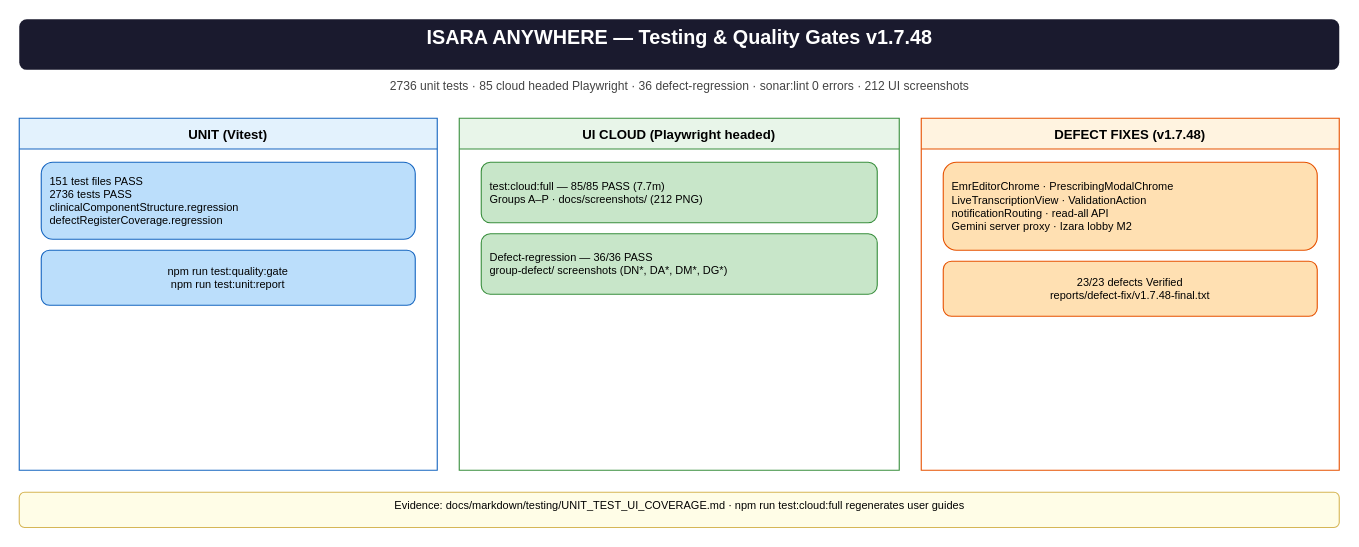
chiraleo2000/Isara-Anywhere keeps this draw.io diagram as page "13. Testing & Quality Gates (v1.7.48)" (13 of 13) of Documents/docs/diagrams/diagrams.drawio. Above is the earlier version. Source tidied: cells renumbered, new cells numbered last; positions are measured from the earlier drawing's top-left corner, leaving out a move shared by most shapes. Both pictures are drawn from the tidied source at 110%, with x=0, y=0 at pixel (19, 19).
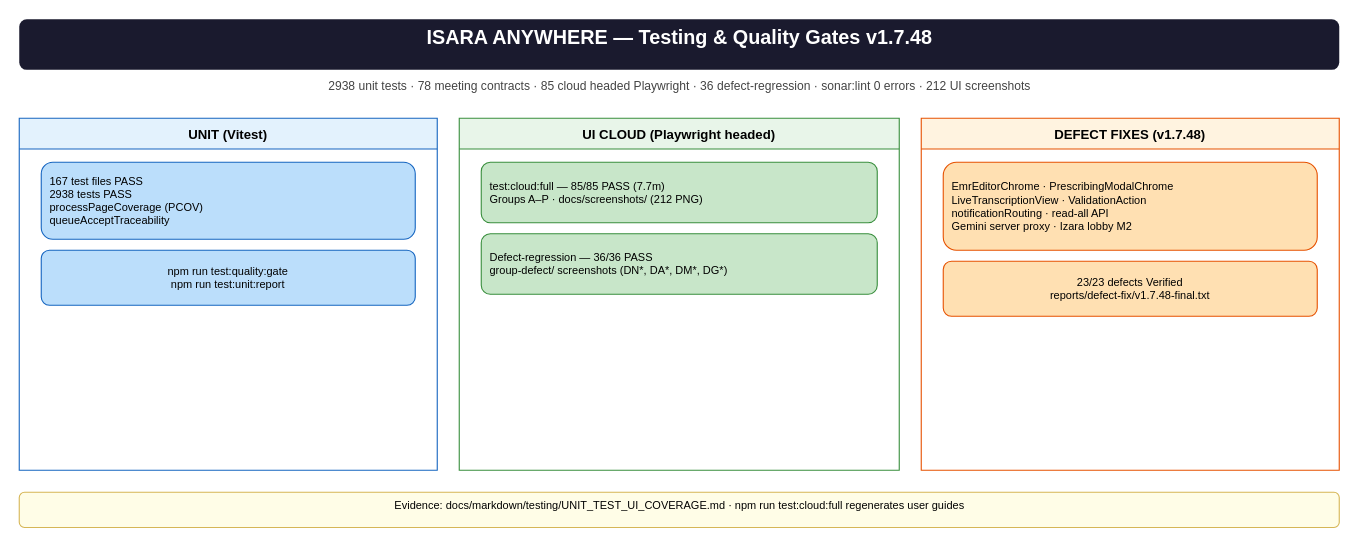
After the change.

Change to the diagram source:
```diff
@@
 <mxGraphModel>
   <root>
     <mxCell id="0" />
     <mxCell id="1" parent="0" />
     <mxCell id="2" value="ISARA ANYWHERE — Testing &amp; Quality Gates v1.7.48" style="text;html=1;fillColor=#1a1a2e;fontColor=#fff;fontSize=18;fontStyle=1;rounded=1;align=center;" parent="1" vertex="1">
       <mxGeometry width="1200" height="46" as="geometry" />
     </mxCell>
-    <mxCell id="3" value="2736 unit tests · 85 cloud headed Playwright · 36 defect-regression · sonar:lint 0 errors · 212 UI screenshots" style="text;html=1;fillColor=none;strokeColor=none;fontSize=11;align=center;fontColor=#444;" parent="1" vertex="1">
+    <mxCell id="3" value="2938 unit tests · 78 meeting contracts · 85 cloud headed Playwright · 36 defect-regression · sonar:lint 0 errors · 212 UI screenshots" style="text;html=1;fillColor=none;strokeColor=none;fontSize=11;align=center;fontColor=#444;" parent="1" vertex="1">
       <mxGeometry y="48" width="1200" height="22" as="geometry" />
     </mxCell>
     <mxCell id="4" value="UNIT (Vitest)" style="swimlane;startSize=28;fillColor=#e3f2fd;strokeColor=#1565c0;fontSize=12;fontStyle=1;" parent="1" vertex="1">
       <mxGeometry y="90" width="380" height="320" as="geometry" />
     </mxCell>
-    <mxCell id="5" value="151 test files PASS&#10;2736 tests PASS&#10;clinicalComponentStructure.regression&#10;defectRegisterCoverage.regression" style="rounded=1;fillColor=#bbdefb;strokeColor=#1565c0;fontSize=10;align=left;spacingLeft=6;" parent="1" vertex="1">
+    <mxCell id="5" value="167 test files PASS&#10;2938 tests PASS&#10;processPageCoverage (PCOV)&#10;queueAcceptTraceability" style="rounded=1;fillColor=#bbdefb;strokeColor=#1565c0;fontSize=10;align=left;spacingLeft=6;" parent="1" vertex="1">
       <mxGeometry x="20" y="130" width="340" height="70" as="geometry" />
     </mxCell>
     <mxCell id="6" value="npm run test:quality:gate&#10;npm run test:unit:report" style="rounded=1;fillColor=#bbdefb;strokeColor=#1565c0;fontSize=10;" parent="1" vertex="1">
       <mxGeometry x="20" y="210" width="340" height="50" as="geometry" />
     </mxCell>
     <mxCell id="7" value="UI CLOUD (Playwright headed)" style="swimlane;startSize=28;fillColor=#e8f5e9;strokeColor=#388e3c;fontSize=12;fontStyle=1;" parent="1" vertex="1">
       <mxGeometry x="400" y="90" width="400" height="320" as="geometry" />
     </mxCell>
     <mxCell id="8" value="test:cloud:full — 85/85 PASS (7.7m)&#10;Groups A–P · docs/screenshots/ (212 PNG)" style="rounded=1;fillColor=#c8e6c9;strokeColor=#388e3c;fontSize=10;align=left;spacingLeft=6;" parent="1" vertex="1">
       <mxGeometry x="420" y="130" width="360" height="55" as="geometry" />
     </mxCell>
     <mxCell id="9" value="Defect-regression — 36/36 PASS&#10;group-defect/ screenshots (DN*, DA*, DM*, DG*)" style="rounded=1;fillColor=#c8e6c9;strokeColor=#388e3c;fontSize=10;align=left;spacingLeft=6;" parent="1" vertex="1">
       <mxGeometry x="420" y="195" width="360" height="55" as="geometry" />
     </mxCell>
     <mxCell id="10" value="DEFECT FIXES (v1.7.48)" style="swimlane;startSize=28;fillColor=#fff3e0;strokeColor=#e65100;fontSize=12;fontStyle=1;" parent="1" vertex="1">
       <mxGeometry x="820" y="90" width="380" height="320" as="geometry" />
     </mxCell>
     <mxCell id="11" value="EmrEditorChrome · PrescribingModalChrome&#10;LiveTranscriptionView · ValidationAction&#10;notificationRouting · read-all API&#10;Gemini server proxy · Izara lobby M2" style="rounded=1;fillColor=#ffe0b2;strokeColor=#e65100;fontSize=10;align=left;spacingLeft=6;" parent="1" vertex="1">
       <mxGeometry x="840" y="130" width="340" height="80" as="geometry" />
     </mxCell>
     <mxCell id="12" value="23/23 defects Verified&#10;reports/defect-fix/v1.7.48-final.txt" style="rounded=1;fillColor=#ffe0b2;strokeColor=#e65100;fontSize=10;" parent="1" vertex="1">
       <mxGeometry x="840" y="220" width="340" height="50" as="geometry" />
     </mxCell>
     <mxCell id="13" value="Evidence: docs/markdown/testing/UNIT_TEST_UI_COVERAGE.md · npm run test:cloud:full regenerates user guides" style="text;html=1;fillColor=#fffde7;strokeColor=#d6b656;fontSize=10;rounded=1;align=center;" parent="1" vertex="1">
       <mxGeometry y="430" width="1200" height="32" as="geometry" />
     </mxCell>
   </root>
 </mxGraphModel>
```
